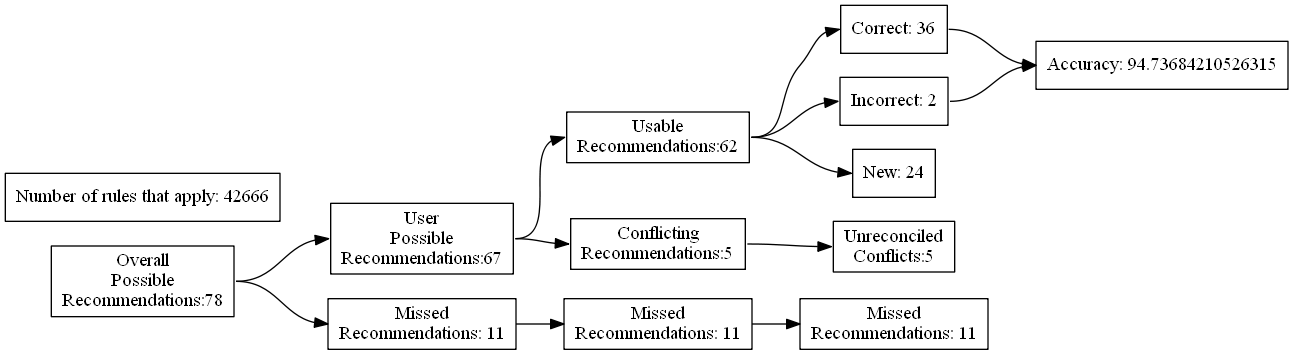
The Graphviz diagram test_renders/97.gv.png in ZaxR/ibd_diet_analysis, before a commit. Its source is kept beside it as test_renders/97.gv.
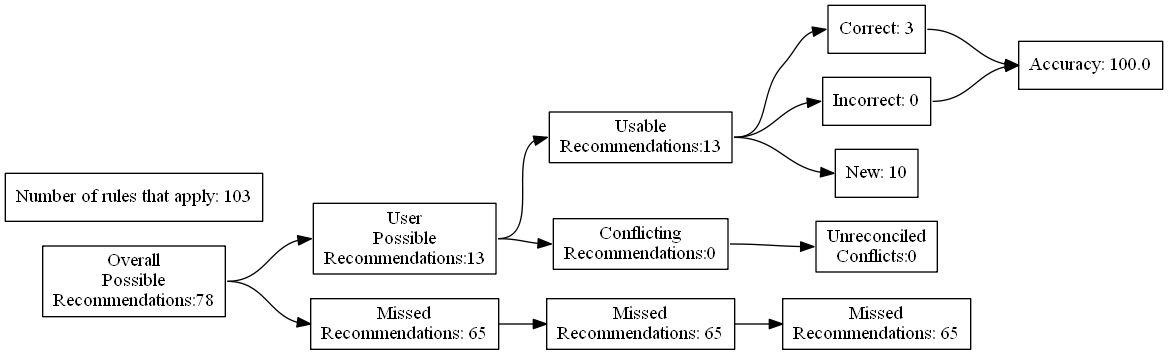
The same diagram one commit later.

Diff of the diagram source:
```diff
@@ -7,24 +7,24 @@
 Recommendations:78"]
 		B [label="User
 Possible
-Recommendations:67"]
+Recommendations:13"]
 		C [label="Missed
-Recommendations: 11"]
+Recommendations: 65"]
 		D [label="Usable
-Recommendations:62"]
+Recommendations:13"]
 		E [label="Conflicting
-Recommendations:5"]
+Recommendations:0"]
 		J [label="Missed
-Recommendations: 11"]
+Recommendations: 65"]
 		M [label="Unreconciled
-Conflicts:5"]
-		F [label="Correct: 36"]
-		G [label="Incorrect: 2"]
-		H [label="New: 24"]
+Conflicts:0"]
+		F [label="Correct: 3"]
+		G [label="Incorrect: 0"]
+		H [label="New: 10"]
 		K [label="Missed
-Recommendations: 11"]
-		I [label="Accuracy: 94.73684210526315"]
-		l [label="Number of rules that apply: 42666"]
+Recommendations: 65"]
+		I [label="Accuracy: 100.0"]
+		l [label="Number of rules that apply: 103"]
 			A -> B
 			A -> C
 			B -> D
```
